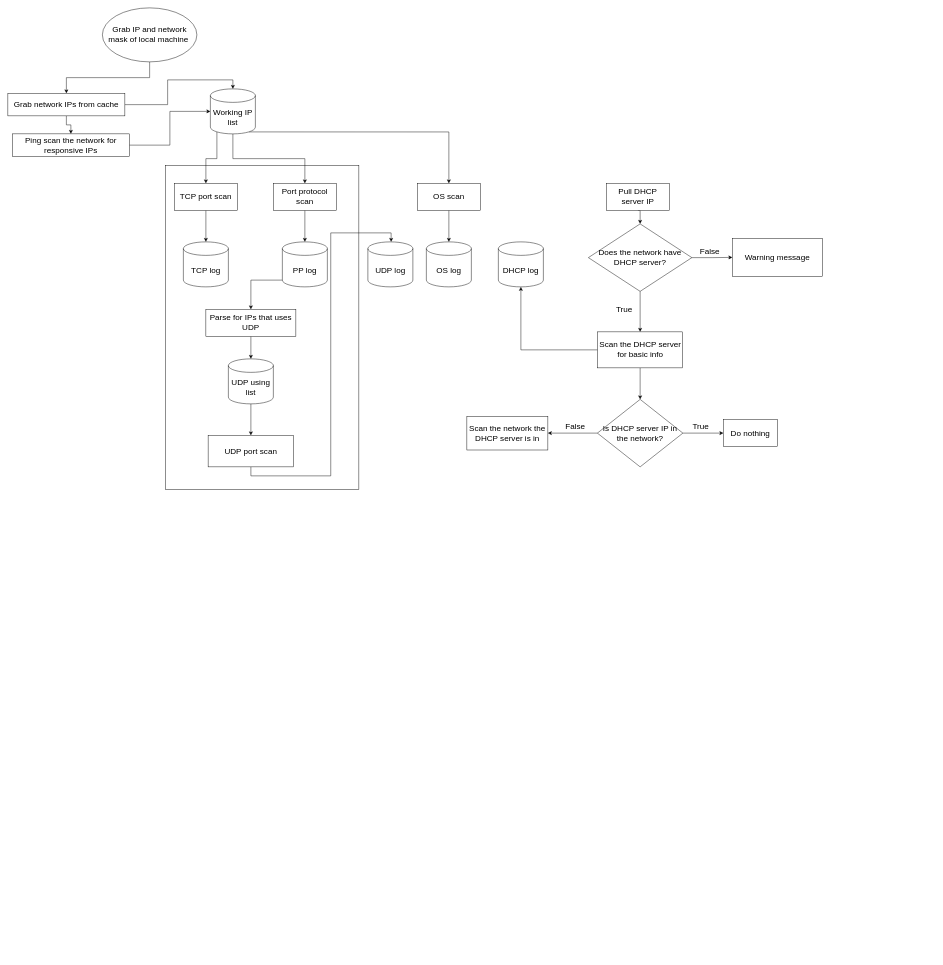
Above: workflow.drawio in FDS-Andrew/NetProbe (draw.io), before the change. Source tidied: cells renumbered, new cells numbered last; positions are measured from the earlier drawing's top-left corner, leaving out a move shared by most shapes. Both pictures are drawn from the tidied source at 45%, with x=0, y=0 at pixel (8, 8).
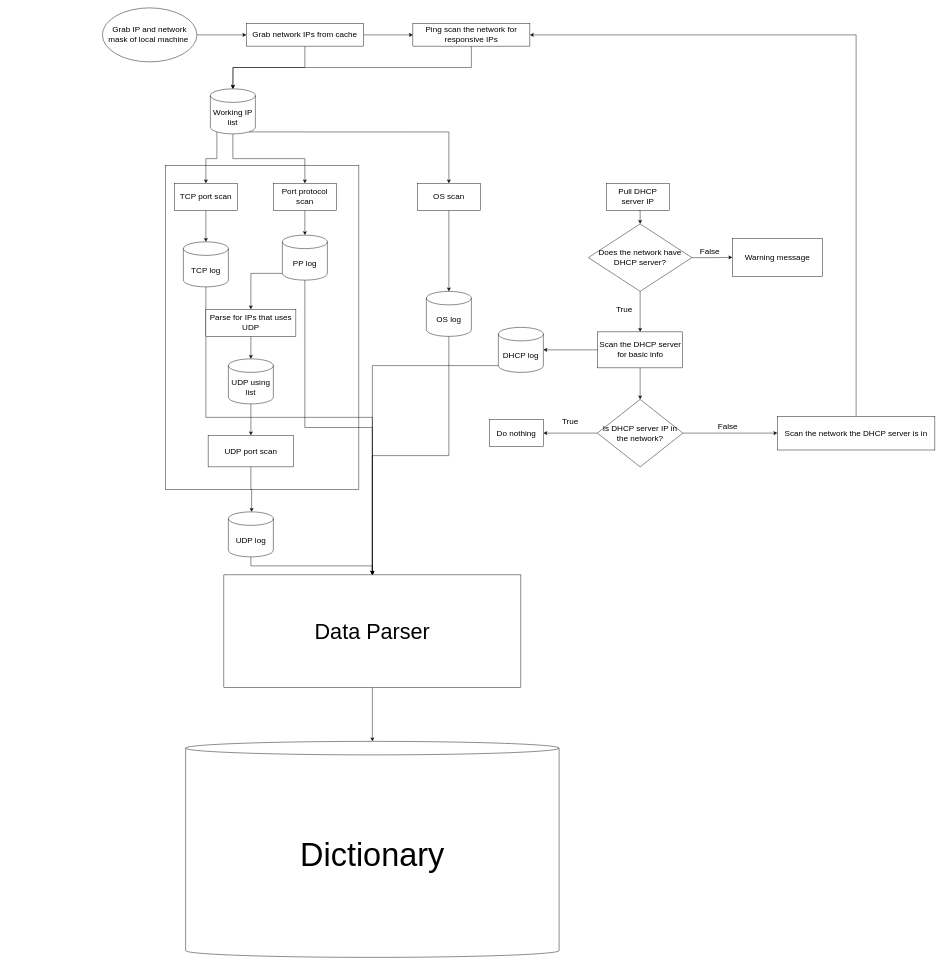
After the change.

Unchanged cells that the change refers to:
```xml
<mxCell id="4" value="&lt;font style=&quot;font-size: 18px&quot;&gt;Grab IP and network mask of local machine&amp;nbsp;&lt;br&gt;&lt;/font&gt;" style="ellipse;whiteSpace=wrap;html=1;" parent="1" vertex="1">
  <mxGeometry x="210" width="210" height="120" as="geometry" />
</mxCell>
<mxCell id="13" value="&lt;font style=&quot;font-size: 18px&quot;&gt;Working IP list&lt;/font&gt;" style="shape=cylinder3;whiteSpace=wrap;html=1;boundedLbl=1;backgroundOutline=1;size=15;" parent="1" vertex="1">
  <mxGeometry x="450" y="180" width="100" height="100" as="geometry" />
</mxCell>
<mxCell id="22" value="&lt;span style=&quot;font-size: 18px&quot;&gt;TCP log&lt;/span&gt;" style="shape=cylinder3;whiteSpace=wrap;html=1;boundedLbl=1;backgroundOutline=1;size=15;" parent="1" vertex="1">
  <mxGeometry x="390" y="520" width="100" height="100" as="geometry" />
</mxCell>
<mxCell id="44" value="&lt;font style=&quot;font-size: 18px&quot;&gt;Is DHCP server IP in the network?&lt;/font&gt;" style="rhombus;whiteSpace=wrap;html=1;" parent="1" vertex="1">
  <mxGeometry x="1310" y="870" width="190" height="150" as="geometry" />
</mxCell>
```

What changed in the source:
```diff
@@
-    <mxCell id="3" style="edgeStyle=orthogonalEdgeStyle;rounded=0;jettySize=auto;html=1;exitX=0.5;exitY=1;exitDx=0;exitDy=0;entryX=0.5;entryY=0;entryDx=0;entryDy=0;" parent="1" edge="1" source="4" target="7">
+    <mxCell id="3" style="edgeStyle=orthogonalEdgeStyle;rounded=0;jettySize=auto;html=1;exitX=1;exitY=0.5;exitDx=0;exitDy=0;entryX=0;entryY=0.5;entryDx=0;entryDy=0;" parent="1" edge="1" source="4" target="7">
       <mxGeometry relative="1" as="geometry" />
     </mxCell>
@@
+    <mxCell id="50" style="edgeStyle=orthogonalEdgeStyle;rounded=0;jettySize=auto;html=1;exitX=0.5;exitY=1;exitDx=0;exitDy=0;" parent="1" edge="1" source="7">
+      <mxGeometry relative="1" as="geometry">
+        <mxPoint x="500" y="180" as="targetPoint" />
+      </mxGeometry>
+    </mxCell>
-    <mxCell id="5" style="edgeStyle=orthogonalEdgeStyle;rounded=0;jettySize=auto;html=1;exitX=0.5;exitY=1;exitDx=0;exitDy=0;entryX=0.5;entryY=0;entryDx=0;entryDy=0;" parent="1" edge="1" source="7" target="9">
+    <mxCell id="5" style="edgeStyle=orthogonalEdgeStyle;rounded=0;jettySize=auto;html=1;exitX=1;exitY=0.5;exitDx=0;exitDy=0;entryX=0;entryY=0.5;entryDx=0;entryDy=0;" parent="1" edge="1" source="7" target="9">
       <mxGeometry relative="1" as="geometry" />
     </mxCell>
-    <mxCell id="6" style="edgeStyle=orthogonalEdgeStyle;rounded=0;jettySize=auto;html=1;exitX=1;exitY=0.5;exitDx=0;exitDy=0;entryX=0.5;entryY=0;entryDx=0;entryDy=0;entryPerimeter=0;" parent="1" edge="1" source="7" target="13">
-      <mxGeometry relative="1" as="geometry" />
-    </mxCell>
     <mxCell id="7" value="&lt;font style=&quot;font-size: 18px&quot;&gt;Grab network IPs from cache&lt;br&gt;&lt;/font&gt;" style="rounded=0;whiteSpace=wrap;html=1;" parent="1" vertex="1">
-      <mxGeometry y="190" width="260" height="50" as="geometry" />
+      <mxGeometry x="530" y="35" width="260" height="50" as="geometry" />
     </mxCell>
-    <mxCell id="8" style="edgeStyle=orthogonalEdgeStyle;rounded=0;jettySize=auto;html=1;exitX=1;exitY=0.5;exitDx=0;exitDy=0;entryX=0;entryY=0.5;entryDx=0;entryDy=0;entryPerimeter=0;" parent="1" edge="1" source="9" target="13">
-      <mxGeometry relative="1" as="geometry" />
-    </mxCell>
-    <mxCell id="9" value="&lt;font style=&quot;font-size: 18px&quot;&gt;Ping scan the network for responsive IPs&lt;/font&gt;" style="rounded=0;whiteSpace=wrap;html=1;" parent="1" vertex="1">
-      <mxGeometry x="10" y="280" width="260" height="50" as="geometry" />
-    </mxCell>
@@
+    <mxCell id="51" style="edgeStyle=orthogonalEdgeStyle;rounded=0;jettySize=auto;html=1;exitX=0.5;exitY=1;exitDx=0;exitDy=0;exitPerimeter=0;entryX=0.5;entryY=0;entryDx=0;entryDy=0;" parent="1" edge="1" source="22" target="58">
+      <mxGeometry relative="1" as="geometry">
+        <Array as="points">
+          <mxPoint x="440" y="910" />
+          <mxPoint x="810" y="910" />
+        </Array>
+      </mxGeometry>
+    </mxCell>
@@
+    <mxCell id="52" style="edgeStyle=orthogonalEdgeStyle;rounded=0;jettySize=auto;html=1;exitX=0.5;exitY=1;exitDx=0;exitDy=0;exitPerimeter=0;" parent="1" edge="1" source="24" target="58">
+      <mxGeometry relative="1" as="geometry" />
+    </mxCell>
     <mxCell id="24" value="&lt;font style=&quot;font-size: 18px&quot;&gt;PP log&lt;/font&gt;" style="shape=cylinder3;whiteSpace=wrap;html=1;boundedLbl=1;backgroundOutline=1;size=15;" parent="1" vertex="1">
-      <mxGeometry x="610" y="520" width="100" height="100" as="geometry" />
+      <mxGeometry x="610" y="505" width="100" height="100" as="geometry" />
     </mxCell>
@@
+    <mxCell id="53" style="edgeStyle=orthogonalEdgeStyle;rounded=0;jettySize=auto;html=1;exitX=0.5;exitY=1;exitDx=0;exitDy=0;exitPerimeter=0;" parent="1" edge="1" source="31" target="58">
+      <mxGeometry relative="1" as="geometry" />
+    </mxCell>
     <mxCell id="31" value="&lt;font style=&quot;font-size: 18px&quot;&gt;UDP log&lt;/font&gt;" style="shape=cylinder3;whiteSpace=wrap;html=1;boundedLbl=1;backgroundOutline=1;size=15;" parent="1" vertex="1">
-      <mxGeometry x="800" y="520" width="100" height="100" as="geometry" />
+      <mxGeometry x="490" y="1120" width="100" height="100" as="geometry" />
     </mxCell>
+    <mxCell id="54" style="edgeStyle=orthogonalEdgeStyle;rounded=0;jettySize=auto;html=1;exitX=0.5;exitY=1;exitDx=0;exitDy=0;exitPerimeter=0;entryX=0.5;entryY=0;entryDx=0;entryDy=0;" parent="1" edge="1" source="32" target="58">
+      <mxGeometry relative="1" as="geometry" />
+    </mxCell>
     <mxCell id="32" value="&lt;font style=&quot;font-size: 18px&quot;&gt;OS log&lt;/font&gt;" style="shape=cylinder3;whiteSpace=wrap;html=1;boundedLbl=1;backgroundOutline=1;size=15;" parent="1" vertex="1">
-      <mxGeometry x="930" y="520" width="100" height="100" as="geometry" />
+      <mxGeometry x="930" y="630" width="100" height="100" as="geometry" />
     </mxCell>
@@
+    <mxCell id="55" style="edgeStyle=orthogonalEdgeStyle;rounded=0;jettySize=auto;html=1;exitX=0;exitY=1;exitDx=0;exitDy=-15;exitPerimeter=0;" parent="1" edge="1" source="41" target="58">
+      <mxGeometry relative="1" as="geometry" />
+    </mxCell>
     <mxCell id="41" value="&lt;font style=&quot;font-size: 18px&quot;&gt;DHCP log&lt;br&gt;&lt;/font&gt;" style="shape=cylinder3;whiteSpace=wrap;html=1;boundedLbl=1;backgroundOutline=1;size=15;" parent="1" vertex="1">
-      <mxGeometry x="1090" y="520" width="100" height="100" as="geometry" />
+      <mxGeometry x="1090" y="710" width="100" height="100" as="geometry" />
     </mxCell>
-    <mxCell id="42" style="edgeStyle=orthogonalEdgeStyle;rounded=0;jettySize=auto;html=1;exitX=1;exitY=0.5;exitDx=0;exitDy=0;" parent="1" edge="1" source="44" target="46">
+    <mxCell id="42" style="edgeStyle=orthogonalEdgeStyle;rounded=0;jettySize=auto;html=1;exitX=0;exitY=0.5;exitDx=0;exitDy=0;" parent="1" edge="1" source="44" target="46">
       <mxGeometry relative="1" as="geometry" />
     </mxCell>
-    <mxCell id="43" style="edgeStyle=orthogonalEdgeStyle;rounded=0;jettySize=auto;html=1;exitX=0;exitY=0.5;exitDx=0;exitDy=0;entryX=1;entryY=0.5;entryDx=0;entryDy=0;" parent="1" edge="1" source="44" target="48">
+    <mxCell id="43" style="edgeStyle=orthogonalEdgeStyle;rounded=0;jettySize=auto;html=1;exitX=1;exitY=0.5;exitDx=0;exitDy=0;entryX=0;entryY=0.5;entryDx=0;entryDy=0;" parent="1" edge="1" source="44" target="48">
       <mxGeometry relative="1" as="geometry" />
     </mxCell>
@@
     <mxCell id="46" value="&lt;font style=&quot;font-size: 18px&quot;&gt;Do nothing&lt;/font&gt;" style="rounded=0;whiteSpace=wrap;html=1;" parent="1" vertex="1">
-      <mxGeometry x="1590" y="915" width="120" height="60" as="geometry" />
+      <mxGeometry x="1070" y="915" width="120" height="60" as="geometry" />
     </mxCell>
     <mxCell id="47" value="&lt;font style=&quot;font-size: 18px&quot;&gt;True&lt;/font&gt;" style="text;html=1;strokeColor=none;fillColor=none;align=center;verticalAlign=middle;whiteSpace=wrap;rounded=0;" parent="1" vertex="1">
-      <mxGeometry x="1490" y="900" width="100" height="60" as="geometry" />
+      <mxGeometry x="1200" y="890" width="100" height="60" as="geometry" />
     </mxCell>
+    <mxCell id="56" style="edgeStyle=orthogonalEdgeStyle;rounded=0;jettySize=auto;html=1;exitX=0.5;exitY=0;exitDx=0;exitDy=0;entryX=1;entryY=0.5;entryDx=0;entryDy=0;" parent="1" edge="1" source="48" target="9">
+      <mxGeometry relative="1" as="geometry" />
+    </mxCell>
     <mxCell id="48" value="&lt;font style=&quot;font-size: 18px&quot;&gt;Scan the network the DHCP server is in&lt;/font&gt;" style="rounded=0;whiteSpace=wrap;html=1;" parent="1" vertex="1">
-      <mxGeometry x="1020" y="907.5" width="180" height="75" as="geometry" />
+      <mxGeometry x="1710" y="907.5" width="350" height="75" as="geometry" />
     </mxCell>
     <mxCell id="49" value="&lt;font style=&quot;font-size: 18px&quot;&gt;False&lt;/font&gt;" style="text;html=1;strokeColor=none;fillColor=none;align=center;verticalAlign=middle;whiteSpace=wrap;rounded=0;" parent="1" vertex="1">
-      <mxGeometry x="1210.5" y="900" width="100" height="60" as="geometry" />
+      <mxGeometry x="1550" y="900" width="100" height="60" as="geometry" />
     </mxCell>
+    <mxCell id="57" style="edgeStyle=orthogonalEdgeStyle;rounded=0;jettySize=auto;html=1;exitX=0.5;exitY=1;exitDx=0;exitDy=0;entryX=0.5;entryY=0;entryDx=0;entryDy=0;entryPerimeter=0;" parent="1" edge="1" source="58" target="59">
+      <mxGeometry relative="1" as="geometry" />
+    </mxCell>
+    <mxCell id="58" value="&lt;font style=&quot;font-size: 48px&quot;&gt;Data Parser&lt;/font&gt;" style="rounded=0;whiteSpace=wrap;html=1;" parent="1" vertex="1">
+      <mxGeometry x="480" y="1260" width="660" height="250" as="geometry" />
+    </mxCell>
+    <mxCell id="59" value="&lt;font style=&quot;font-size: 72px&quot;&gt;Dictionary&lt;/font&gt;" style="shape=cylinder3;whiteSpace=wrap;html=1;boundedLbl=1;backgroundOutline=1;size=15;" parent="1" vertex="1">
+      <mxGeometry x="395" y="1630" width="830" height="480" as="geometry" />
+    </mxCell>
+    <mxCell id="8" style="edgeStyle=orthogonalEdgeStyle;rounded=0;jettySize=auto;html=1;exitX=0.5;exitY=1;exitDx=0;exitDy=0;entryX=0.5;entryY=0;entryDx=0;entryDy=0;entryPerimeter=0;" parent="1" edge="1" source="9" target="13">
+      <mxGeometry relative="1" as="geometry" />
+    </mxCell>
+    <mxCell id="9" value="&lt;font style=&quot;font-size: 18px&quot;&gt;Ping scan the network for responsive IPs&lt;/font&gt;" style="rounded=0;whiteSpace=wrap;html=1;" parent="1" vertex="1">
+      <mxGeometry x="900" y="35" width="260" height="50" as="geometry" />
+    </mxCell>
```
